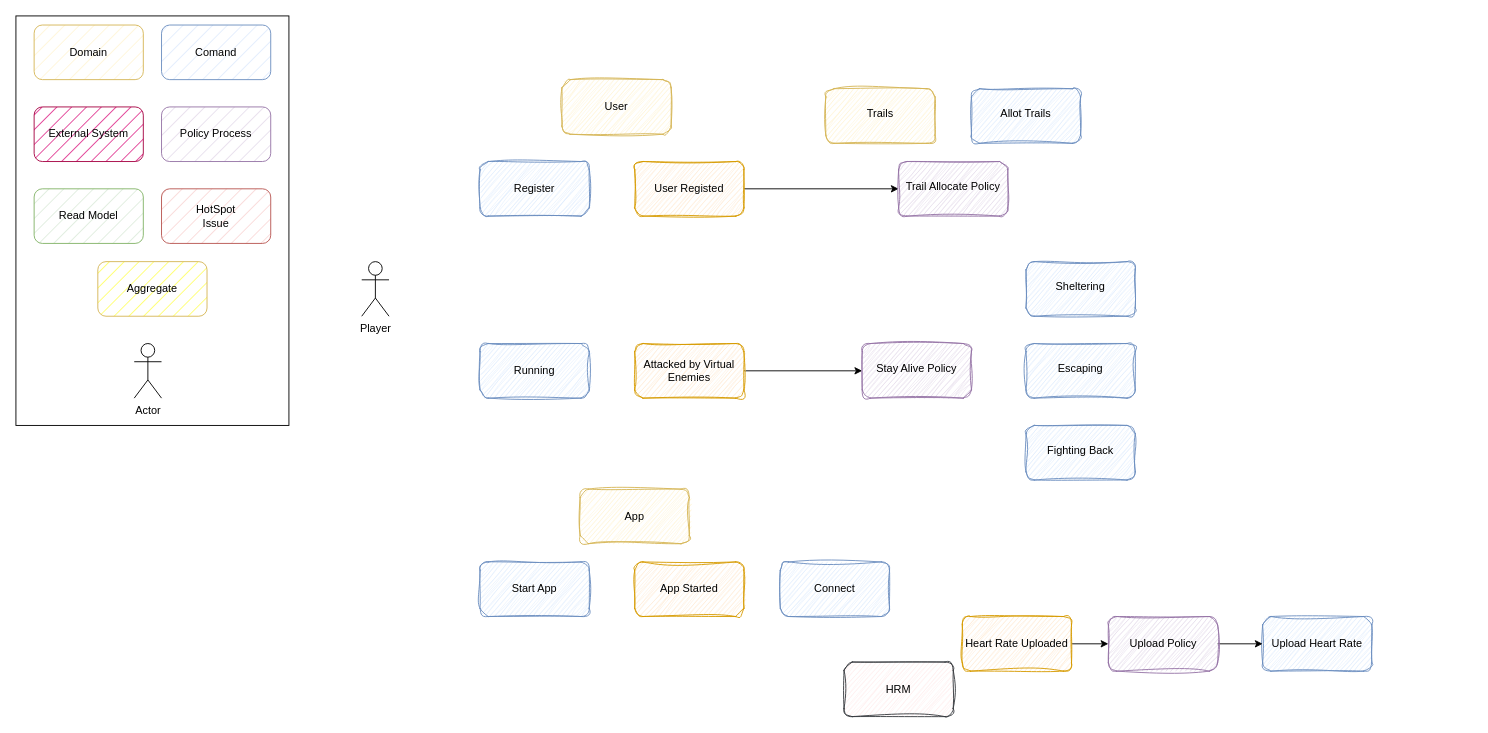
Above: 735.drawio in CAS735-F23/macrun-yi_xiaoran_xue (draw.io), before the change. Source tidied: cells renumbered, new cells numbered last; positions are measured from the earlier drawing's top-left corner, leaving out a move shared by most shapes. Both pictures are drawn from the tidied source at 91%, with x=0, y=0 at pixel (15, 15).
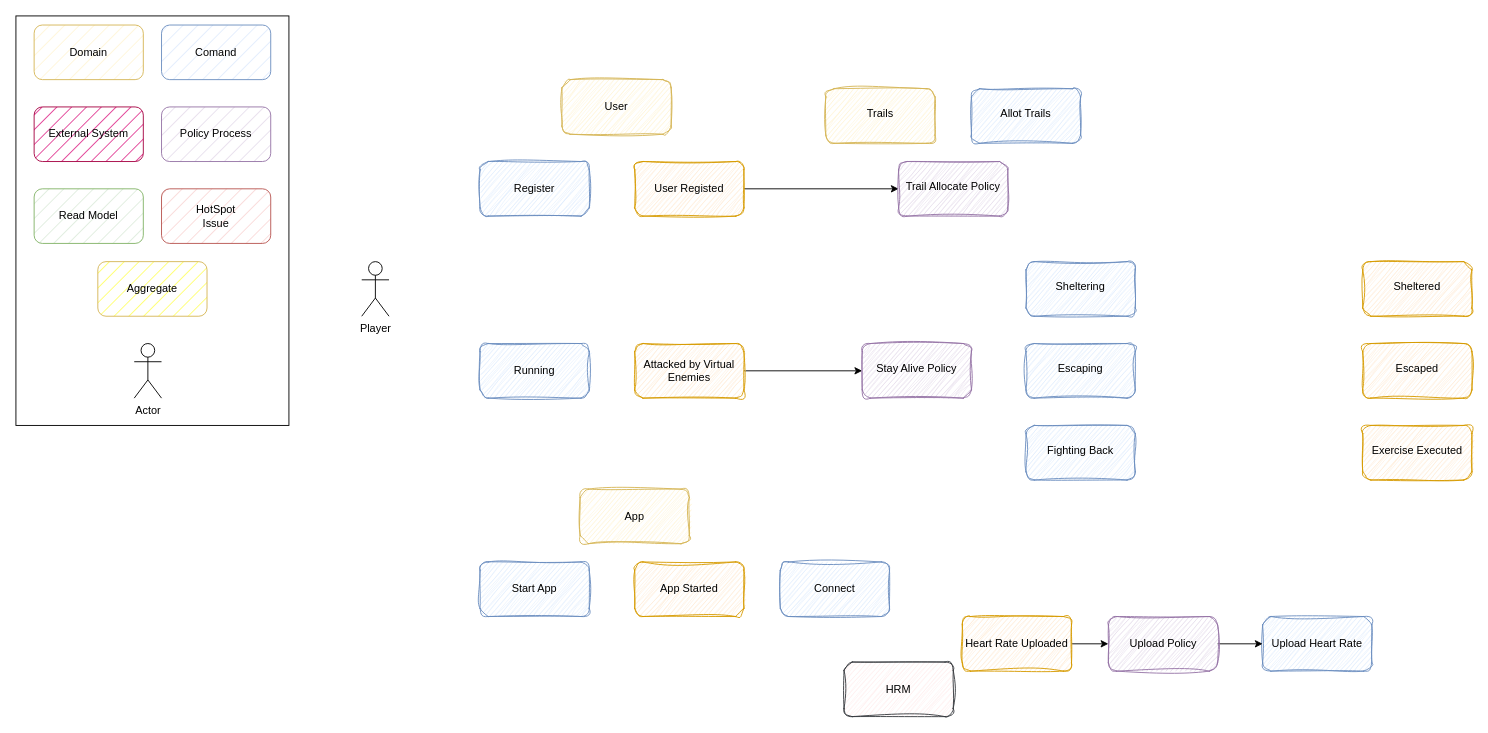
Above is the later version.

Change to the diagram source:
```diff
@@
+    <mxCell id="38" value="&lt;br&gt;Sheltered" style="rounded=1;whiteSpace=wrap;html=1;fillStyle=hatch;strokeColor=#d79b00;align=center;verticalAlign=top;fontFamily=Helvetica;fontSize=12;fillColor=#ffe6cc;sketch=1;curveFitting=1;jiggle=2;" parent="1" vertex="1">
+      <mxGeometry x="1480" y="270" width="120" height="60" as="geometry" />
+    </mxCell>
@@
+    <mxCell id="39" value="&lt;br&gt;Escaped" style="rounded=1;whiteSpace=wrap;html=1;fillStyle=hatch;strokeColor=#d79b00;align=center;verticalAlign=top;fontFamily=Helvetica;fontSize=12;fillColor=#ffe6cc;sketch=1;curveFitting=1;jiggle=2;" parent="1" vertex="1">
+      <mxGeometry x="1480" y="360" width="120" height="60" as="geometry" />
+    </mxCell>
@@
+    <mxCell id="40" value="&lt;br&gt;Exercise Executed" style="rounded=1;whiteSpace=wrap;html=1;fillStyle=hatch;strokeColor=#d79b00;align=center;verticalAlign=top;fontFamily=Helvetica;fontSize=12;fillColor=#ffe6cc;sketch=1;curveFitting=1;jiggle=2;" parent="1" vertex="1">
+      <mxGeometry x="1480" y="450" width="120" height="60" as="geometry" />
+    </mxCell>
```
